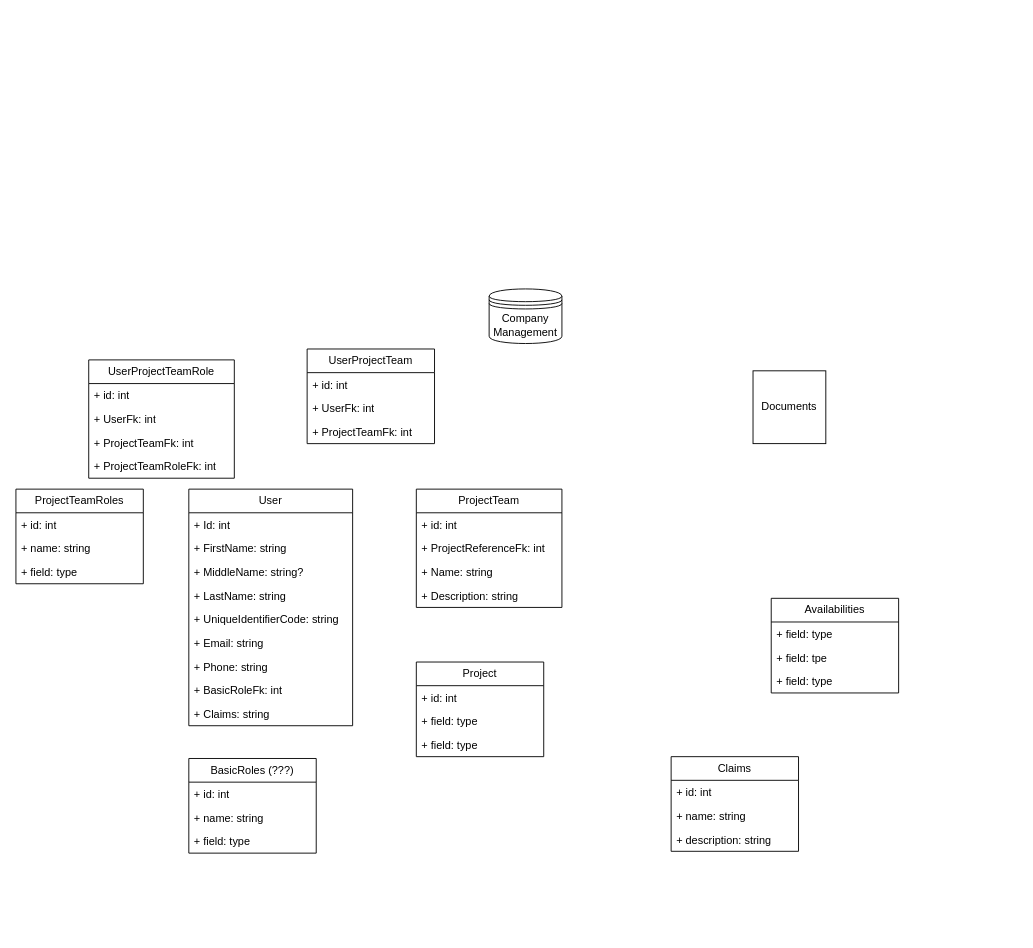
The draw.io diagram Shared/Database/Diagrams/DB.drawio in VasilBanchev/CompanyManagement, before the edit. Source tidied: cells renumbered, new cells numbered last; positions are measured from the earlier drawing's top-left corner, leaving out a move shared by most shapes. Both pictures are drawn from the tidied source at 91%, with x=0, y=0 at pixel (15, 288).
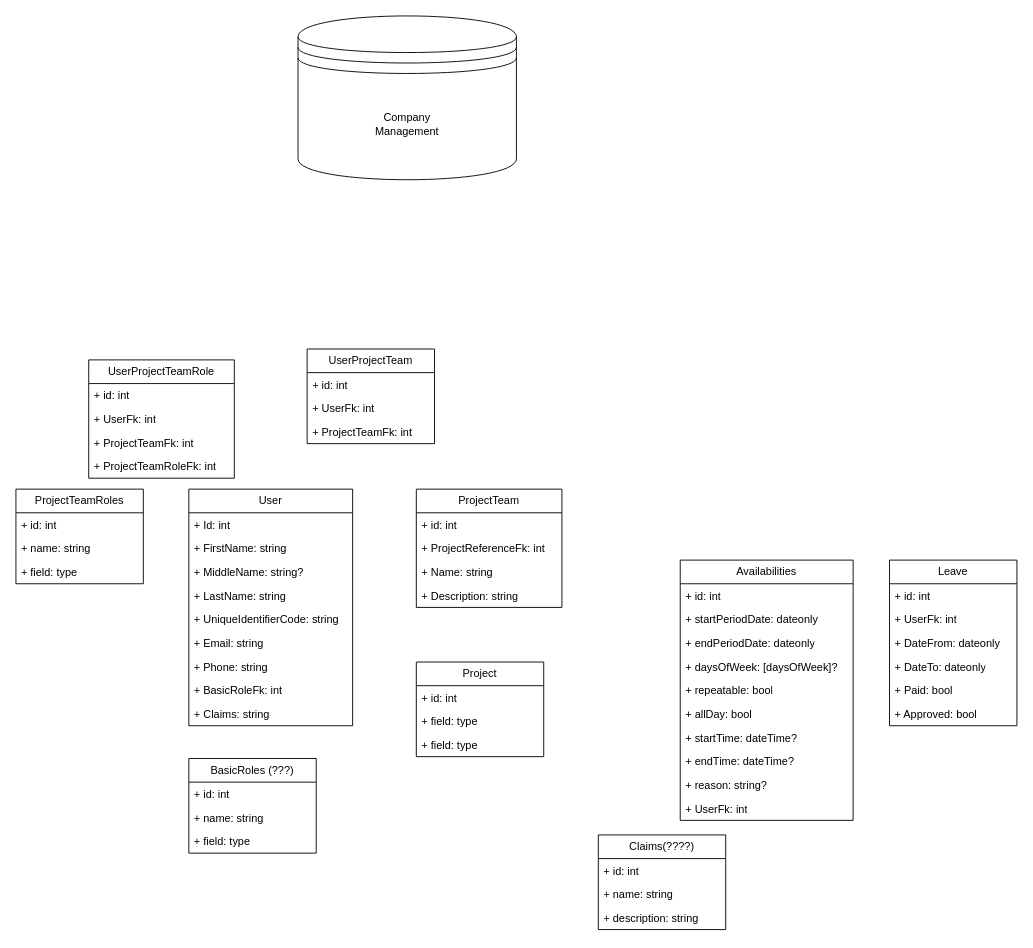
After the change.

What changed in the source:
```diff
@@
     <mxCell id="2" value="Company&lt;div&gt;Management&lt;/div&gt;" style="shape=datastore;whiteSpace=wrap;html=1;" parent="1" vertex="1">
-      <mxGeometry x="520" width="80" height="60" as="geometry" />
+      <mxGeometry x="310" y="-300" width="240" height="180" as="geometry" />
     </mxCell>
-    <mxCell id="3" value="Documents" style="whiteSpace=wrap;html=1;" parent="1" vertex="1">
-      <mxGeometry x="810" y="90" width="80" height="80" as="geometry" />
-    </mxCell>
@@
     <mxCell id="14" value="Availabilities" style="swimlane;fontStyle=0;horizontal=1;startSize=26;fillColor=none;whiteSpace=wrap;html=1;" parent="1" vertex="1">
-      <mxGeometry x="830" y="340" width="140" height="104" as="geometry" />
+      <mxGeometry x="730" y="298" width="190" height="286" as="geometry" />
     </mxCell>
-    <mxCell id="15" value="+ field: type" style="text;strokeColor=none;fillColor=none;align=left;verticalAlign=top;spacingLeft=4;spacingRight=4;overflow=hidden;whiteSpace=wrap;html=1;" parent="14" vertex="1">
-      <mxGeometry y="26" width="140" height="26" as="geometry" />
+    <mxCell id="15" value="+ id: int" style="text;strokeColor=none;fillColor=none;align=left;verticalAlign=top;spacingLeft=4;spacingRight=4;overflow=hidden;whiteSpace=wrap;html=1;" parent="14" vertex="1">
+      <mxGeometry y="26" width="190" height="26" as="geometry" />
     </mxCell>
-    <mxCell id="16" value="+ field: tpe" style="text;strokeColor=none;fillColor=none;align=left;verticalAlign=top;spacingLeft=4;spacingRight=4;overflow=hidden;whiteSpace=wrap;html=1;" parent="14" vertex="1">
-      <mxGeometry y="52" width="140" height="26" as="geometry" />
+    <mxCell id="16" value="+ startPeriodDate: dateonly" style="text;strokeColor=none;fillColor=none;align=left;verticalAlign=top;spacingLeft=4;spacingRight=4;overflow=hidden;whiteSpace=wrap;html=1;" parent="14" vertex="1">
+      <mxGeometry y="52" width="190" height="26" as="geometry" />
     </mxCell>
-    <mxCell id="17" value="+ field: type" style="text;strokeColor=none;fillColor=none;align=left;verticalAlign=top;spacingLeft=4;spacingRight=4;overflow=hidden;whiteSpace=wrap;html=1;" parent="14" vertex="1">
-      <mxGeometry y="78" width="140" height="26" as="geometry" />
+    <mxCell id="17" value="+ endPeriodDate: dateonly" style="text;strokeColor=none;fillColor=none;align=left;verticalAlign=top;spacingLeft=4;spacingRight=4;overflow=hidden;whiteSpace=wrap;html=1;" parent="14" vertex="1">
+      <mxGeometry y="78" width="190" height="26" as="geometry" />
     </mxCell>
+    <mxCell id="48" value="+ daysOfWeek: [daysOfWeek]?" style="text;strokeColor=none;fillColor=none;align=left;verticalAlign=top;spacingLeft=4;spacingRight=4;overflow=hidden;whiteSpace=wrap;html=1;" parent="14" vertex="1">
+      <mxGeometry y="104" width="190" height="26" as="geometry" />
+    </mxCell>
+    <mxCell id="49" value="+ repeatable: bool" style="text;strokeColor=none;fillColor=none;align=left;verticalAlign=top;spacingLeft=4;spacingRight=4;overflow=hidden;whiteSpace=wrap;html=1;" parent="14" vertex="1">
+      <mxGeometry y="130" width="190" height="26" as="geometry" />
+    </mxCell>
+    <mxCell id="50" value="+ allDay: bool" style="text;strokeColor=none;fillColor=none;align=left;verticalAlign=top;spacingLeft=4;spacingRight=4;overflow=hidden;whiteSpace=wrap;html=1;" parent="14" vertex="1">
+      <mxGeometry y="156" width="190" height="26" as="geometry" />
+    </mxCell>
+    <mxCell id="51" value="+ startTime: dateTime?" style="text;strokeColor=none;fillColor=none;align=left;verticalAlign=top;spacingLeft=4;spacingRight=4;overflow=hidden;whiteSpace=wrap;html=1;" parent="14" vertex="1">
+      <mxGeometry y="182" width="190" height="26" as="geometry" />
+    </mxCell>
+    <mxCell id="52" value="+ endTime: dateTime?" style="text;strokeColor=none;fillColor=none;align=left;verticalAlign=top;spacingLeft=4;spacingRight=4;overflow=hidden;whiteSpace=wrap;html=1;" parent="14" vertex="1">
+      <mxGeometry y="208" width="190" height="26" as="geometry" />
+    </mxCell>
+    <mxCell id="53" value="+ reason: string?" style="text;strokeColor=none;fillColor=none;align=left;verticalAlign=top;spacingLeft=4;spacingRight=4;overflow=hidden;whiteSpace=wrap;html=1;" parent="14" vertex="1">
+      <mxGeometry y="234" width="190" height="26" as="geometry" />
+    </mxCell>
+    <mxCell id="54" value="+ UserFk: int" style="text;strokeColor=none;fillColor=none;align=left;verticalAlign=top;spacingLeft=4;spacingRight=4;overflow=hidden;whiteSpace=wrap;html=1;" parent="14" vertex="1">
+      <mxGeometry y="260" width="190" height="26" as="geometry" />
+    </mxCell>
@@
-    <mxCell id="44" value="Claims" style="swimlane;fontStyle=0;horizontal=1;startSize=26;fillColor=none;whiteSpace=wrap;html=1;" parent="1" vertex="1">
-      <mxGeometry x="720" y="514" width="140" height="104" as="geometry" />
+    <mxCell id="44" value="Claims(????)" style="swimlane;fontStyle=0;horizontal=1;startSize=26;fillColor=none;whiteSpace=wrap;html=1;" parent="1" vertex="1">
+      <mxGeometry x="640" y="600" width="140" height="104" as="geometry" />
     </mxCell>
@@
+    <mxCell id="55" value="Leave" style="swimlane;fontStyle=0;horizontal=1;startSize=26;fillColor=none;whiteSpace=wrap;html=1;" parent="1" vertex="1">
+      <mxGeometry x="960" y="298" width="140" height="182" as="geometry" />
+    </mxCell>
+    <mxCell id="56" value="+ id: int" style="text;strokeColor=none;fillColor=none;align=left;verticalAlign=top;spacingLeft=4;spacingRight=4;overflow=hidden;whiteSpace=wrap;html=1;" parent="55" vertex="1">
+      <mxGeometry y="26" width="140" height="26" as="geometry" />
+    </mxCell>
+    <mxCell id="57" value="+ UserFk: int" style="text;strokeColor=none;fillColor=none;align=left;verticalAlign=top;spacingLeft=4;spacingRight=4;overflow=hidden;whiteSpace=wrap;html=1;" parent="55" vertex="1">
+      <mxGeometry y="52" width="140" height="26" as="geometry" />
+    </mxCell>
+    <mxCell id="58" value="+ DateFrom: dateonly" style="text;strokeColor=none;fillColor=none;align=left;verticalAlign=top;spacingLeft=4;spacingRight=4;overflow=hidden;whiteSpace=wrap;html=1;" parent="55" vertex="1">
+      <mxGeometry y="78" width="140" height="26" as="geometry" />
+    </mxCell>
+    <mxCell id="59" value="+ DateTo: dateonly" style="text;strokeColor=none;fillColor=none;align=left;verticalAlign=top;spacingLeft=4;spacingRight=4;overflow=hidden;whiteSpace=wrap;html=1;" parent="55" vertex="1">
+      <mxGeometry y="104" width="140" height="26" as="geometry" />
+    </mxCell>
+    <mxCell id="60" value="+ Paid: bool" style="text;strokeColor=none;fillColor=none;align=left;verticalAlign=top;spacingLeft=4;spacingRight=4;overflow=hidden;whiteSpace=wrap;html=1;" parent="55" vertex="1">
+      <mxGeometry y="130" width="140" height="26" as="geometry" />
+    </mxCell>
+    <mxCell id="61" value="+ Approved: bool" style="text;strokeColor=none;fillColor=none;align=left;verticalAlign=top;spacingLeft=4;spacingRight=4;overflow=hidden;whiteSpace=wrap;html=1;" parent="55" vertex="1">
+      <mxGeometry y="156" width="140" height="26" as="geometry" />
+    </mxCell>
```
